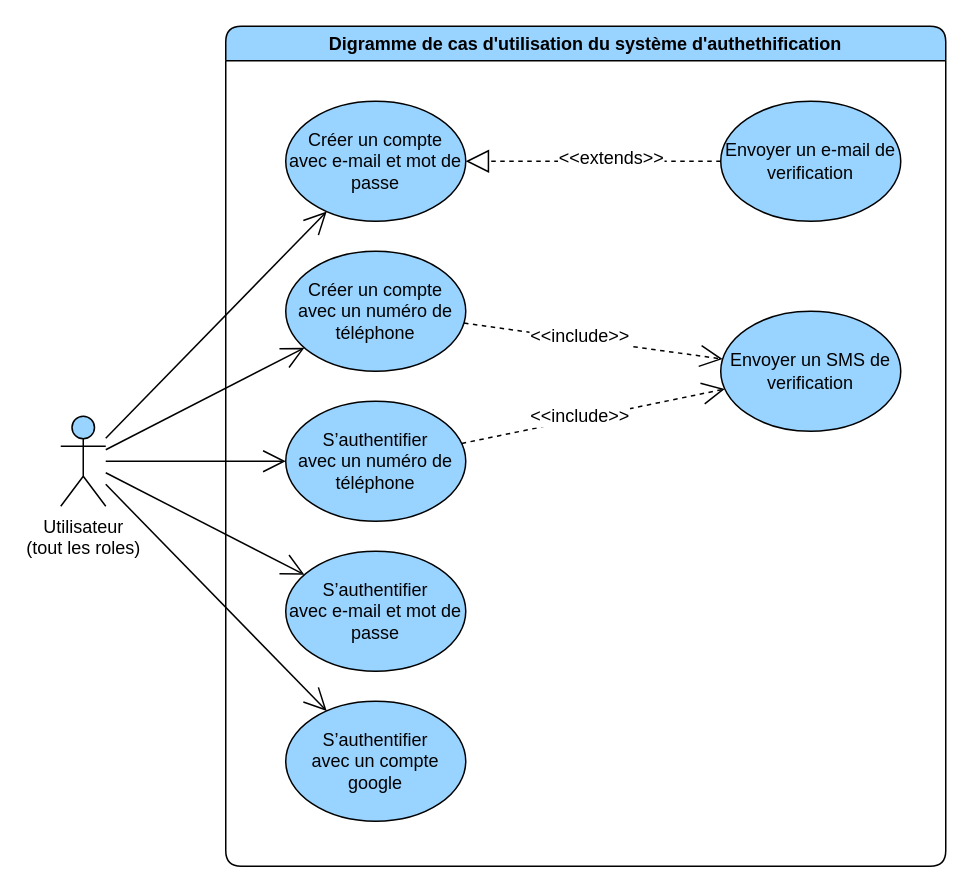
Earlier version of the draw.io diagram diagrams/auth.drawio (devlotfi/peage-pay). Source tidied: cells renumbered, new cells numbered last; positions are measured from the earlier drawing's top-left corner, leaving out a move shared by most shapes. Both pictures are drawn from the tidied source at 150%, with x=0, y=0 at pixel (60, 26).
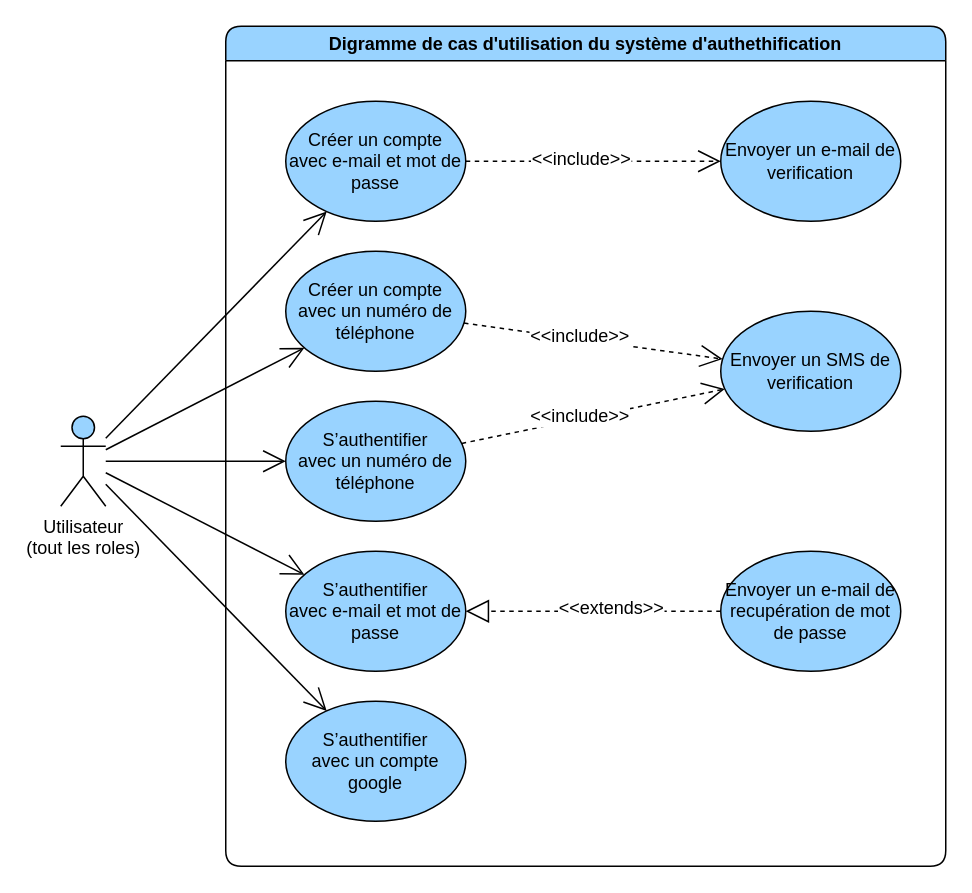
Above is the later version.

The change refers to these unchanged cells:
```xml
<mxCell id="2" value="Digramme de cas d'utilisation du&amp;nbsp;système&amp;nbsp;d'authethification" style="swimlane;whiteSpace=wrap;html=1;rounded=1;fillColor=#99D3FF;" parent="1" vertex="1">
  <mxGeometry x="110" width="480" height="560" as="geometry" />
</mxCell>
<mxCell id="4" value="&lt;p class=&quot;MsoNormal&quot;&gt;S’authentifier&lt;br&gt;avec e-mail et mot de passe&lt;/p&gt;" style="ellipse;whiteSpace=wrap;html=1;strokeColor=default;align=center;verticalAlign=middle;fontFamily=Helvetica;fontSize=12;fontColor=default;fillColor=#99D3FF;" parent="2" vertex="1">
  <mxGeometry x="40" y="350" width="120" height="80" as="geometry" />
</mxCell>
<mxCell id="11" value="&lt;p class=&quot;MsoNormal&quot;&gt;Envoyer un e-mail de verification&lt;/p&gt;" style="ellipse;whiteSpace=wrap;html=1;strokeColor=default;align=center;verticalAlign=middle;fontFamily=Helvetica;fontSize=12;fontColor=default;fillColor=#99D3FF;" parent="2" vertex="1">
  <mxGeometry x="330" y="50" width="120" height="80" as="geometry" />
</mxCell>
<mxCell id="13" value="&lt;p class=&quot;MsoNormal&quot;&gt;Créer un compte&lt;br&gt;avec e-mail et mot de passe&lt;/p&gt;" style="ellipse;whiteSpace=wrap;html=1;strokeColor=default;align=center;verticalAlign=middle;fontFamily=Helvetica;fontSize=12;fontColor=default;fillColor=#99D3FF;" parent="2" vertex="1">
  <mxGeometry x="40" y="50" width="120" height="80" as="geometry" />
</mxCell>
```

The edit, as a diff of the source:
```diff
@@
-    <mxCell id="9" style="edgeStyle=none;rounded=0;jettySize=auto;html=1;dashed=1;strokeColor=default;align=center;verticalAlign=middle;fontFamily=Helvetica;fontSize=12;fontColor=default;labelBackgroundColor=default;startSize=6;endArrow=block;endFill=0;endSize=13;" parent="2" edge="1" source="11" target="13">
-      <mxGeometry relative="1" as="geometry" />
-    </mxCell>
-    <mxCell id="10" value="&amp;lt;&amp;lt;extends&amp;gt;&amp;gt;" style="edgeLabel;html=1;align=center;verticalAlign=middle;strokeColor=default;fontFamily=Helvetica;fontSize=12;fontColor=default;labelBackgroundColor=default;fillColor=#99D3FF;" parent="9" vertex="1">
-      <mxGeometry x="-0.12" y="-3" relative="1" as="geometry">
-        <mxPoint x="1" as="offset" />
-      </mxGeometry>
-    </mxCell>
@@
+    <mxCell id="22" value="&lt;p class=&quot;MsoNormal&quot;&gt;Envoyer un e-mail de recupération de mot de passe&lt;/p&gt;" style="ellipse;whiteSpace=wrap;html=1;strokeColor=default;align=center;verticalAlign=middle;fontFamily=Helvetica;fontSize=12;fontColor=default;fillColor=#99D3FF;" parent="2" vertex="1">
+      <mxGeometry x="330" y="350" width="120" height="80" as="geometry" />
+    </mxCell>
+    <mxCell id="23" style="edgeStyle=none;rounded=0;jettySize=auto;html=1;dashed=1;strokeColor=default;align=center;verticalAlign=middle;fontFamily=Helvetica;fontSize=12;fontColor=default;labelBackgroundColor=default;startSize=6;endArrow=block;endFill=0;endSize=13;" parent="2" edge="1" source="22" target="4">
+      <mxGeometry relative="1" as="geometry" />
+    </mxCell>
+    <mxCell id="10" value="&amp;lt;&amp;lt;extends&amp;gt;&amp;gt;" style="edgeLabel;html=1;align=center;verticalAlign=middle;strokeColor=default;fontFamily=Helvetica;fontSize=12;fontColor=default;labelBackgroundColor=default;fillColor=#99D3FF;" parent="23" vertex="1">
+      <mxGeometry x="-0.12" y="-3" relative="1" as="geometry">
+        <mxPoint x="1" as="offset" />
+      </mxGeometry>
+    </mxCell>
+    <mxCell id="24" style="edgeStyle=none;rounded=0;jettySize=auto;html=1;strokeColor=default;align=center;verticalAlign=middle;fontFamily=Helvetica;fontSize=12;fontColor=default;labelBackgroundColor=default;startSize=6;endArrow=open;endFill=0;endSize=13;dashed=1;" parent="2" edge="1" source="13" target="11">
+      <mxGeometry relative="1" as="geometry" />
+    </mxCell>
+    <mxCell id="25" value="&amp;lt;&amp;lt;include&amp;gt;&amp;gt;" style="edgeLabel;html=1;align=center;verticalAlign=middle;strokeColor=default;fontFamily=Helvetica;fontSize=12;fontColor=default;labelBackgroundColor=default;fillColor=#99D3FF;" parent="24" vertex="1">
+      <mxGeometry x="-0.11" y="2" relative="1" as="geometry" />
+    </mxCell>
```
